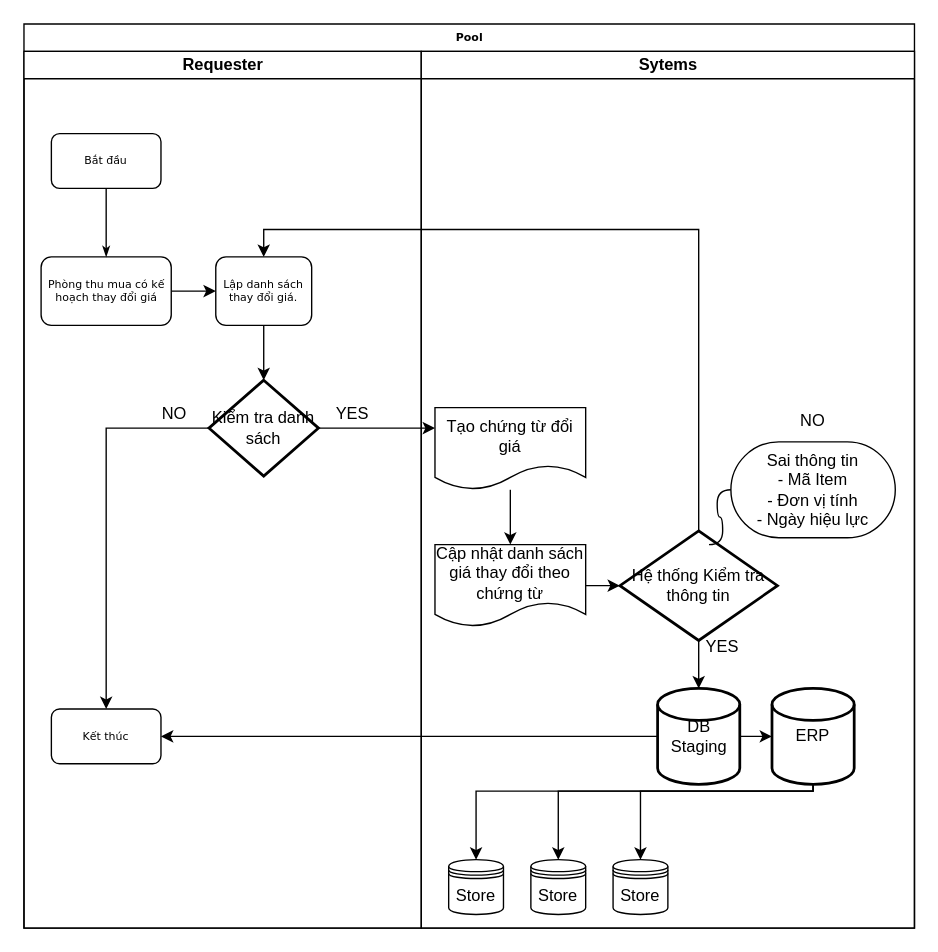
quachnguyen208/WebReportDA keeps this draw.io diagram as ChangePriceFlow.drawio. Above is the earlier version. Source tidied: cells renumbered, new cells numbered last; positions are measured from the earlier drawing's top-left corner, leaving out a move shared by most shapes. Both pictures are drawn from the tidied source at 137%, with x=0, y=0 at pixel (23, 23).
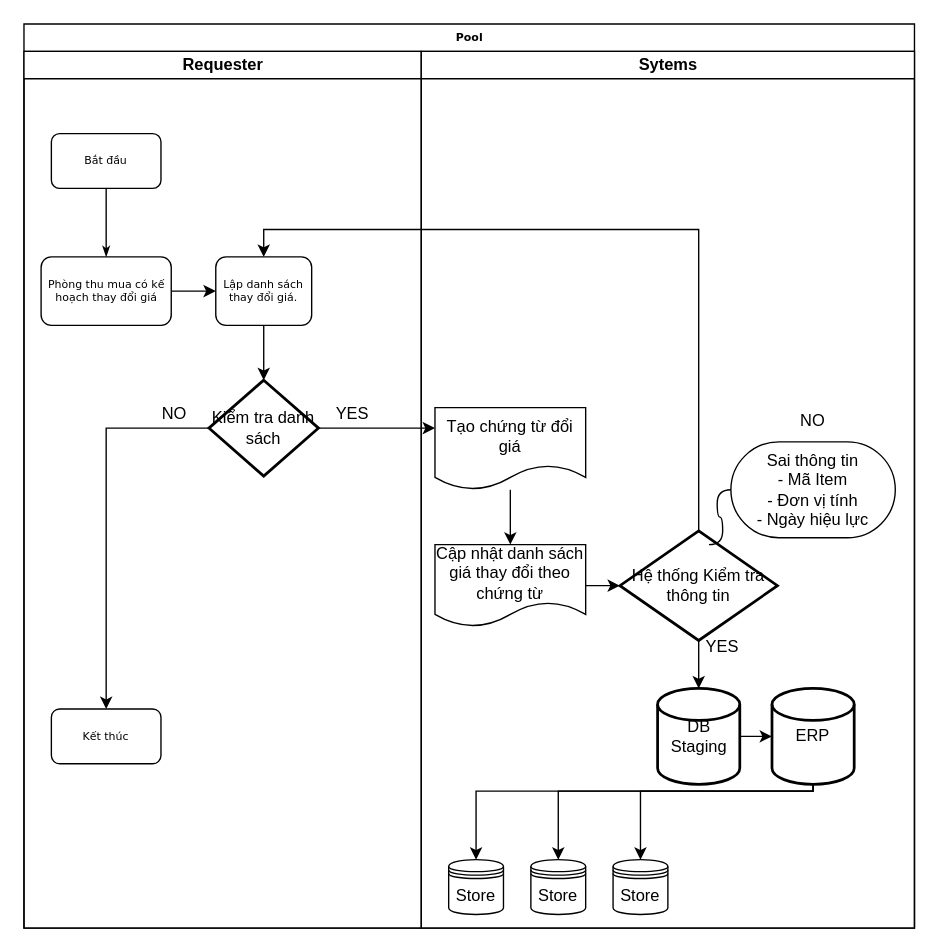
The same diagram, later.

The change refers to these unchanged cells:
```xml
<mxCell id="2" value="Pool" style="swimlane;html=1;startSize=20;rounded=0;shadow=0;labelBackgroundColor=none;strokeWidth=1;fontFamily=Verdana;fontSize=8;align=center;" parent="1" vertex="1">
  <mxGeometry width="650" height="660" as="geometry" />
</mxCell>
<mxCell id="10" value="Kết thúc" style="rounded=1;whiteSpace=wrap;html=1;shadow=0;labelBackgroundColor=none;strokeWidth=1;fontFamily=Verdana;fontSize=8;align=center;" parent="3" vertex="1">
  <mxGeometry x="20" y="480" width="80" height="40" as="geometry" />
</mxCell>
<mxCell id="26" value="DB Staging" style="strokeWidth=2;html=1;shape=mxgraph.flowchart.database;whiteSpace=wrap;" parent="18" vertex="1">
  <mxGeometry x="172.5" y="465" width="60" height="70" as="geometry" />
</mxCell>
```

The edit, as a diff of the source:
```diff
@@
-    <mxCell id="17" style="edgeStyle=orthogonalEdgeStyle;rounded=0;jettySize=auto;html=1;" parent="2" edge="1" source="26" target="10">
-      <mxGeometry relative="1" as="geometry" />
-    </mxCell>
```
